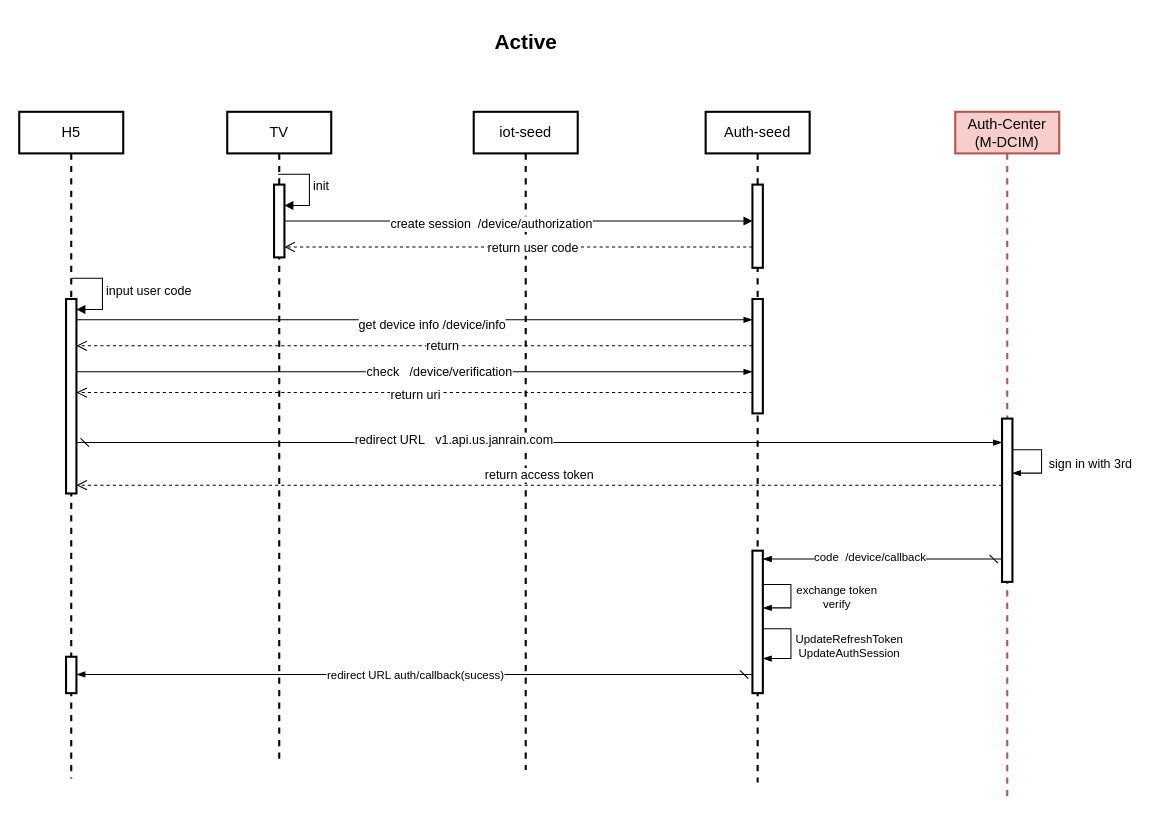
This is page "tv-active" (2 of 4) of Auth-seeds.drawio from SGA-Jie-Sha/diagram, a draw.io file, before an edit. Source tidied: cells renumbered, new cells numbered last; positions are measured from the earlier drawing's top-left corner, leaving out a move shared by most shapes. Both pictures are drawn from the tidied source at 104%, with x=0, y=0 at pixel (19, 18).
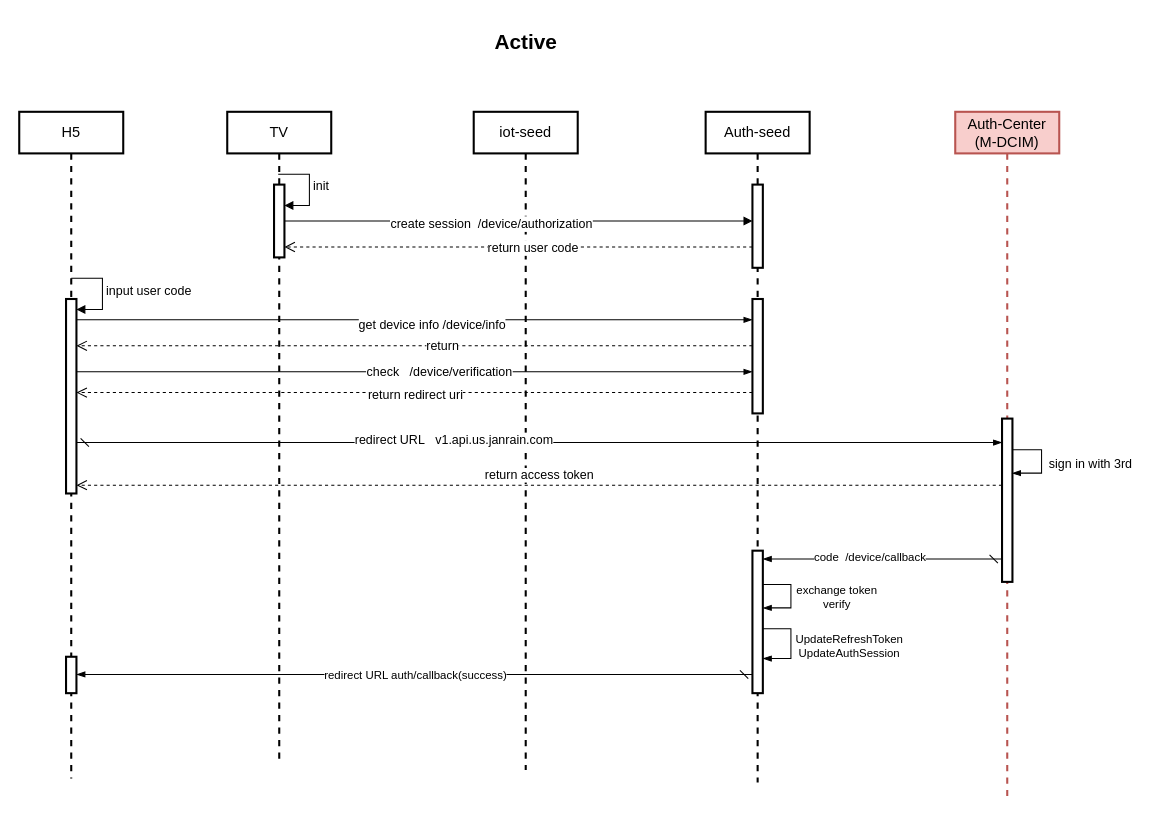
The same diagram, later.

Unchanged cells that the change refers to:
```xml
<mxCell id="27" style="html=1;verticalAlign=bottom;endArrow=open;dashed=1;endSize=8;rounded=0;fontSize=12;" parent="1" edge="1" source="7" target="22">
  <mxGeometry relative="1" as="geometry">
    <Array as="points">
      <mxPoint x="320" y="360" />
    </Array>
  </mxGeometry>
</mxCell>
<mxCell id="39" style="edgeStyle=elbowEdgeStyle;fontSize=12;html=1;endArrow=blockThin;endFill=1;startArrow=dash;startFill=0;endSize=6;startSize=6;rounded=0;" parent="1" edge="1" source="8" target="24">
  <mxGeometry relative="1" as="geometry">
    <Array as="points">
      <mxPoint x="418" y="631" />
    </Array>
  </mxGeometry>
</mxCell>
```

Diff of the diagram source:
```diff
@@
-    <mxCell id="28" value="return uri" style="edgeLabel;html=1;align=center;verticalAlign=middle;fontSize=12;" parent="27" vertex="1">
+    <mxCell id="28" value="return redirect uri" style="edgeLabel;html=1;align=center;verticalAlign=middle;fontSize=12;" parent="27" vertex="1">
       <mxGeometry y="2" relative="1" as="geometry" />
     </mxCell>
@@
-    <mxCell id="40" value="redirect URL auth/callback(sucess)" style="edgeLabel;html=1;align=center;verticalAlign=middle;" parent="39" vertex="1">
+    <mxCell id="40" value="redirect URL auth/callback(success)" style="edgeLabel;html=1;align=center;verticalAlign=middle;" parent="39" vertex="1">
       <mxGeometry relative="1" as="geometry" />
     </mxCell>
```
